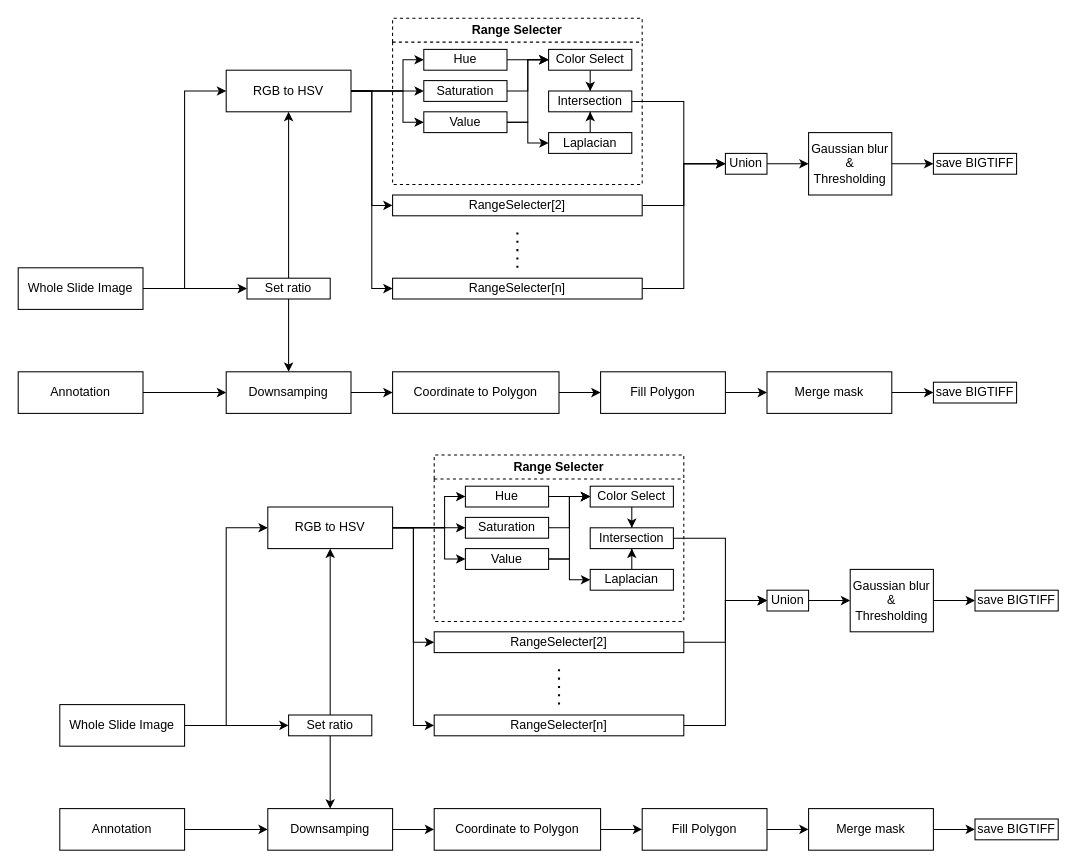
Earlier version of the draw.io diagram TCGA-LUAD_CNN_Training/Preprocessing/Design/230208_Region_Mask.drawio (seycho/Diagrams_Open_File). Source tidied: cells renumbered, new cells numbered last; positions are measured from the earlier drawing's top-left corner, leaving out a move shared by most shapes. Both pictures are drawn from the tidied source at 104%, with x=0, y=0 at pixel (18, 18).
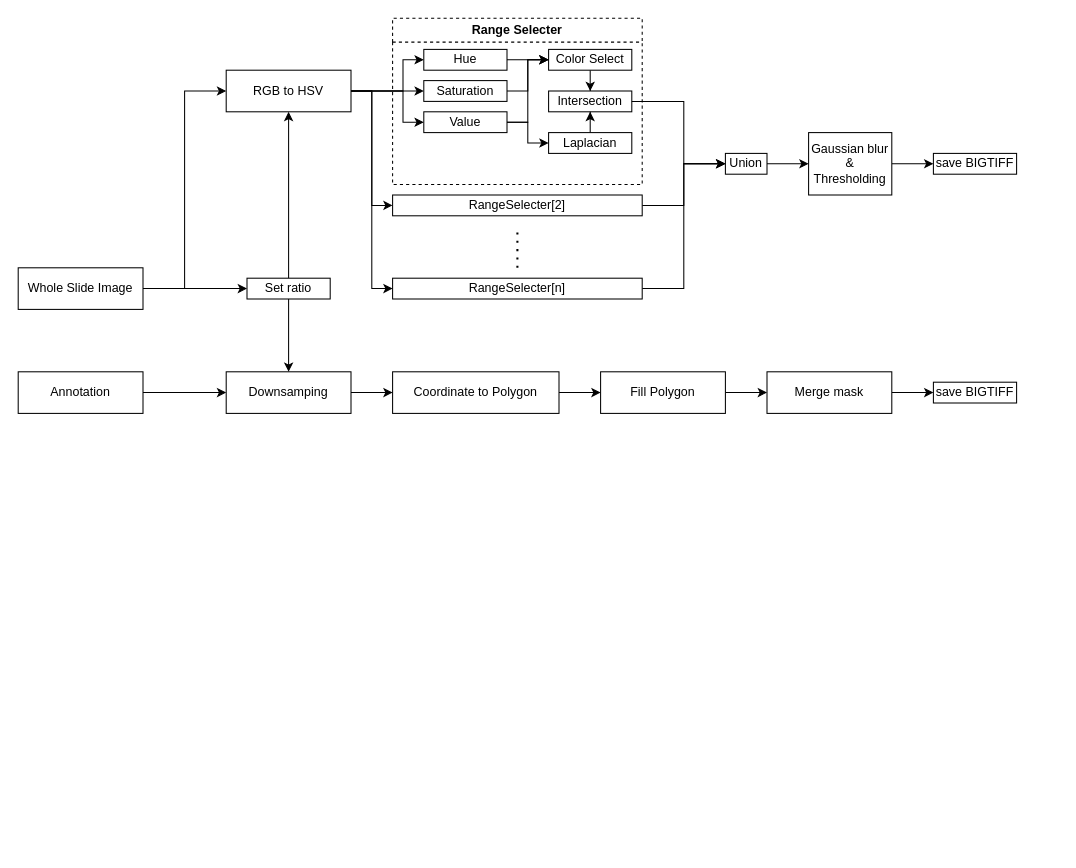
The same diagram, later.

Diff of the diagram source:
```diff
@@
-    <mxCell id="49" style="edgeStyle=orthogonalEdgeStyle;rounded=0;jettySize=auto;html=1;entryX=0;entryY=0.5;entryDx=0;entryDy=0;" parent="1" edge="1" source="51" target="57">
-      <mxGeometry relative="1" as="geometry" />
-    </mxCell>
-    <mxCell id="50" style="edgeStyle=orthogonalEdgeStyle;rounded=0;jettySize=auto;html=1;entryX=0;entryY=0.5;entryDx=0;entryDy=0;" parent="1" edge="1" source="51" target="88">
-      <mxGeometry relative="1" as="geometry" />
-    </mxCell>
-    <mxCell id="51" value="Whole Slide Image" style="rounded=0;whiteSpace=wrap;html=1;" parent="1" vertex="1">
-      <mxGeometry x="40" y="660" width="120" height="40" as="geometry" />
-    </mxCell>
-    <mxCell id="52" style="edgeStyle=orthogonalEdgeStyle;rounded=0;jettySize=auto;html=1;entryX=0;entryY=0.5;entryDx=0;entryDy=0;" parent="1" edge="1" source="57" target="74">
-      <mxGeometry relative="1" as="geometry" />
-    </mxCell>
-    <mxCell id="53" style="edgeStyle=orthogonalEdgeStyle;rounded=0;jettySize=auto;html=1;entryX=0;entryY=0.5;entryDx=0;entryDy=0;" parent="1" edge="1" source="57" target="76">
-      <mxGeometry relative="1" as="geometry" />
-    </mxCell>
-    <mxCell id="54" style="edgeStyle=orthogonalEdgeStyle;rounded=0;jettySize=auto;html=1;entryX=0;entryY=0.5;entryDx=0;entryDy=0;" parent="1" edge="1" source="57" target="66">
-      <mxGeometry relative="1" as="geometry" />
-    </mxCell>
-    <mxCell id="55" style="edgeStyle=orthogonalEdgeStyle;rounded=0;jettySize=auto;html=1;entryX=0;entryY=0.5;entryDx=0;entryDy=0;" parent="1" edge="1" source="57" target="64">
-      <mxGeometry relative="1" as="geometry">
-        <Array as="points">
-          <mxPoint x="410" y="490" />
-          <mxPoint x="410" y="460" />
-        </Array>
-      </mxGeometry>
-    </mxCell>
-    <mxCell id="56" style="edgeStyle=orthogonalEdgeStyle;rounded=0;jettySize=auto;html=1;entryX=0;entryY=0.5;entryDx=0;entryDy=0;" parent="1" edge="1" source="57" target="69">
-      <mxGeometry relative="1" as="geometry">
-        <Array as="points">
-          <mxPoint x="410" y="490" />
-          <mxPoint x="410" y="520" />
-        </Array>
-      </mxGeometry>
-    </mxCell>
-    <mxCell id="57" value="RGB to HSV" style="rounded=0;whiteSpace=wrap;html=1;" parent="1" vertex="1">
-      <mxGeometry x="240" y="470" width="120" height="40" as="geometry" />
-    </mxCell>
-    <mxCell id="58" style="edgeStyle=orthogonalEdgeStyle;rounded=0;jettySize=auto;html=1;entryX=0;entryY=0.5;entryDx=0;entryDy=0;" parent="1" edge="1" source="59" target="85">
-      <mxGeometry relative="1" as="geometry" />
-    </mxCell>
-    <mxCell id="59" value="Annotation" style="rounded=0;whiteSpace=wrap;html=1;" parent="1" vertex="1">
-      <mxGeometry x="40" y="760" width="120" height="40" as="geometry" />
-    </mxCell>
-    <mxCell id="60" value="Range Selecter" style="swimlane;whiteSpace=wrap;html=1;dashed=1;" parent="1" vertex="1">
-      <mxGeometry x="400" y="420" width="240" height="160" as="geometry" />
-    </mxCell>
-    <mxCell id="61" value="Intersection" style="rounded=0;whiteSpace=wrap;html=1;" parent="60" vertex="1">
-      <mxGeometry x="150" y="70" width="80" height="20" as="geometry" />
-    </mxCell>
-    <mxCell id="62" style="edgeStyle=orthogonalEdgeStyle;rounded=0;jettySize=auto;html=1;entryX=0.5;entryY=0;entryDx=0;entryDy=0;" parent="60" edge="1" source="63" target="61">
-      <mxGeometry relative="1" as="geometry" />
-    </mxCell>
-    <mxCell id="63" value="Color Select" style="rounded=0;whiteSpace=wrap;html=1;" parent="60" vertex="1">
-      <mxGeometry x="150" y="30" width="80" height="20" as="geometry" />
-    </mxCell>
-    <mxCell id="64" value="Hue" style="rounded=0;whiteSpace=wrap;html=1;" parent="60" vertex="1">
-      <mxGeometry x="30" y="30" width="80" height="20" as="geometry" />
-    </mxCell>
-    <mxCell id="65" style="edgeStyle=orthogonalEdgeStyle;rounded=0;jettySize=auto;html=1;entryX=0;entryY=0.5;entryDx=0;entryDy=0;" parent="60" edge="1" source="66" target="63">
-      <mxGeometry relative="1" as="geometry" />
-    </mxCell>
-    <mxCell id="66" value="Saturation" style="rounded=0;whiteSpace=wrap;html=1;" parent="60" vertex="1">
-      <mxGeometry x="30" y="60" width="80" height="20" as="geometry" />
-    </mxCell>
-    <mxCell id="67" style="edgeStyle=orthogonalEdgeStyle;rounded=0;jettySize=auto;html=1;entryX=0;entryY=0.5;entryDx=0;entryDy=0;" parent="60" edge="1" source="69" target="63">
-      <mxGeometry relative="1" as="geometry" />
-    </mxCell>
-    <mxCell id="68" style="edgeStyle=orthogonalEdgeStyle;rounded=0;jettySize=auto;html=1;entryX=0;entryY=0.5;entryDx=0;entryDy=0;" parent="60" edge="1" source="69" target="72">
-      <mxGeometry relative="1" as="geometry" />
-    </mxCell>
-    <mxCell id="69" value="Value" style="rounded=0;whiteSpace=wrap;html=1;" parent="60" vertex="1">
-      <mxGeometry x="30" y="90" width="80" height="20" as="geometry" />
-    </mxCell>
-    <mxCell id="70" style="edgeStyle=orthogonalEdgeStyle;rounded=0;jettySize=auto;html=1;entryX=0;entryY=0.5;entryDx=0;entryDy=0;" parent="60" edge="1" source="64" target="63">
-      <mxGeometry relative="1" as="geometry" />
-    </mxCell>
-    <mxCell id="71" style="edgeStyle=orthogonalEdgeStyle;rounded=0;jettySize=auto;html=1;entryX=0.5;entryY=1;entryDx=0;entryDy=0;" parent="60" edge="1" source="72" target="61">
-      <mxGeometry relative="1" as="geometry" />
-    </mxCell>
-    <mxCell id="72" value="Laplacian" style="rounded=0;whiteSpace=wrap;html=1;" parent="60" vertex="1">
-      <mxGeometry x="150" y="110" width="80" height="20" as="geometry" />
-    </mxCell>
-    <mxCell id="73" style="edgeStyle=orthogonalEdgeStyle;rounded=0;jettySize=auto;html=1;entryX=0;entryY=0.5;entryDx=0;entryDy=0;" parent="1" edge="1" source="74" target="80">
-      <mxGeometry relative="1" as="geometry" />
-    </mxCell>
-    <mxCell id="74" value="RangeSelecter[2]" style="rounded=0;whiteSpace=wrap;html=1;" parent="1" vertex="1">
-      <mxGeometry x="400" y="590" width="240" height="20" as="geometry" />
-    </mxCell>
-    <mxCell id="75" style="edgeStyle=orthogonalEdgeStyle;rounded=0;jettySize=auto;html=1;entryX=0;entryY=0.5;entryDx=0;entryDy=0;" parent="1" edge="1" source="76" target="80">
-      <mxGeometry relative="1" as="geometry" />
-    </mxCell>
-    <mxCell id="76" value="RangeSelecter[n]" style="rounded=0;whiteSpace=wrap;html=1;" parent="1" vertex="1">
-      <mxGeometry x="400" y="670" width="240" height="20" as="geometry" />
-    </mxCell>
-    <mxCell id="77" style="endArrow=none;dashed=1;html=1;dashPattern=1 3;strokeWidth=2;rounded=0;" parent="1" edge="1">
-      <mxGeometry relative="1" as="geometry">
-        <mxPoint x="520" y="660" as="sourcePoint" />
-        <mxPoint x="520" y="620" as="targetPoint" />
-      </mxGeometry>
-    </mxCell>
-    <mxCell id="78" style="edgeStyle=orthogonalEdgeStyle;rounded=0;jettySize=auto;html=1;entryX=0;entryY=0.5;entryDx=0;entryDy=0;" parent="1" edge="1" source="61" target="80">
-      <mxGeometry relative="1" as="geometry">
-        <Array as="points">
-          <mxPoint x="680" y="500" />
-          <mxPoint x="680" y="560" />
-        </Array>
-      </mxGeometry>
-    </mxCell>
-    <mxCell id="79" style="edgeStyle=orthogonalEdgeStyle;rounded=0;jettySize=auto;html=1;entryX=0;entryY=0.5;entryDx=0;entryDy=0;" parent="1" edge="1" source="80" target="82">
-      <mxGeometry relative="1" as="geometry" />
-    </mxCell>
-    <mxCell id="80" value="Union" style="rounded=0;whiteSpace=wrap;html=1;" parent="1" vertex="1">
-      <mxGeometry x="720" y="550" width="40" height="20" as="geometry" />
-    </mxCell>
-    <mxCell id="81" style="edgeStyle=orthogonalEdgeStyle;rounded=0;jettySize=auto;html=1;entryX=0;entryY=0.5;entryDx=0;entryDy=0;" parent="1" edge="1" source="82" target="83">
-      <mxGeometry relative="1" as="geometry" />
-    </mxCell>
-    <mxCell id="82" value="Gaussian blur&lt;br&gt;&amp;amp;&lt;br&gt;Thresholding" style="rounded=0;whiteSpace=wrap;html=1;" parent="1" vertex="1">
-      <mxGeometry x="800" y="530" width="80" height="60" as="geometry" />
-    </mxCell>
-    <mxCell id="83" value="save BIGTIFF" style="rounded=0;whiteSpace=wrap;html=1;" parent="1" vertex="1">
-      <mxGeometry x="920" y="550" width="80" height="20" as="geometry" />
-    </mxCell>
-    <mxCell id="84" style="edgeStyle=orthogonalEdgeStyle;rounded=0;jettySize=auto;html=1;" parent="1" edge="1" source="85" target="93">
-      <mxGeometry relative="1" as="geometry" />
-    </mxCell>
-    <mxCell id="85" value="Downsamping" style="rounded=0;whiteSpace=wrap;html=1;" parent="1" vertex="1">
-      <mxGeometry x="240" y="760" width="120" height="40" as="geometry" />
-    </mxCell>
-    <mxCell id="86" style="edgeStyle=orthogonalEdgeStyle;rounded=0;jettySize=auto;html=1;entryX=0.5;entryY=0;entryDx=0;entryDy=0;" parent="1" edge="1" source="88" target="85">
-      <mxGeometry relative="1" as="geometry" />
-    </mxCell>
-    <mxCell id="87" style="edgeStyle=orthogonalEdgeStyle;rounded=0;jettySize=auto;html=1;entryX=0.5;entryY=1;entryDx=0;entryDy=0;" parent="1" edge="1" source="88" target="57">
-      <mxGeometry relative="1" as="geometry" />
-    </mxCell>
-    <mxCell id="88" value="Set ratio" style="rounded=0;whiteSpace=wrap;html=1;" parent="1" vertex="1">
-      <mxGeometry x="260" y="670" width="80" height="20" as="geometry" />
-    </mxCell>
-    <mxCell id="89" value="save BIGTIFF" style="rounded=0;whiteSpace=wrap;html=1;" parent="1" vertex="1">
-      <mxGeometry x="920" y="770" width="80" height="20" as="geometry" />
-    </mxCell>
-    <mxCell id="90" style="edgeStyle=orthogonalEdgeStyle;rounded=0;jettySize=auto;html=1;" parent="1" edge="1" source="91" target="95">
-      <mxGeometry relative="1" as="geometry" />
-    </mxCell>
-    <mxCell id="91" value="Fill Polygon" style="rounded=0;whiteSpace=wrap;html=1;" parent="1" vertex="1">
-      <mxGeometry x="600" y="760" width="120" height="40" as="geometry" />
-    </mxCell>
-    <mxCell id="92" style="edgeStyle=orthogonalEdgeStyle;rounded=0;jettySize=auto;html=1;" parent="1" edge="1" source="93" target="91">
-      <mxGeometry relative="1" as="geometry" />
-    </mxCell>
-    <mxCell id="93" value="Coordinate to Polygon" style="rounded=0;whiteSpace=wrap;html=1;" parent="1" vertex="1">
-      <mxGeometry x="400" y="760" width="160" height="40" as="geometry" />
-    </mxCell>
-    <mxCell id="94" style="edgeStyle=orthogonalEdgeStyle;rounded=0;jettySize=auto;html=1;" parent="1" edge="1" source="95" target="89">
-      <mxGeometry relative="1" as="geometry" />
-    </mxCell>
-    <mxCell id="95" value="Merge mask" style="rounded=0;whiteSpace=wrap;html=1;" parent="1" vertex="1">
-      <mxGeometry x="760" y="760" width="120" height="40" as="geometry" />
-    </mxCell>
```
